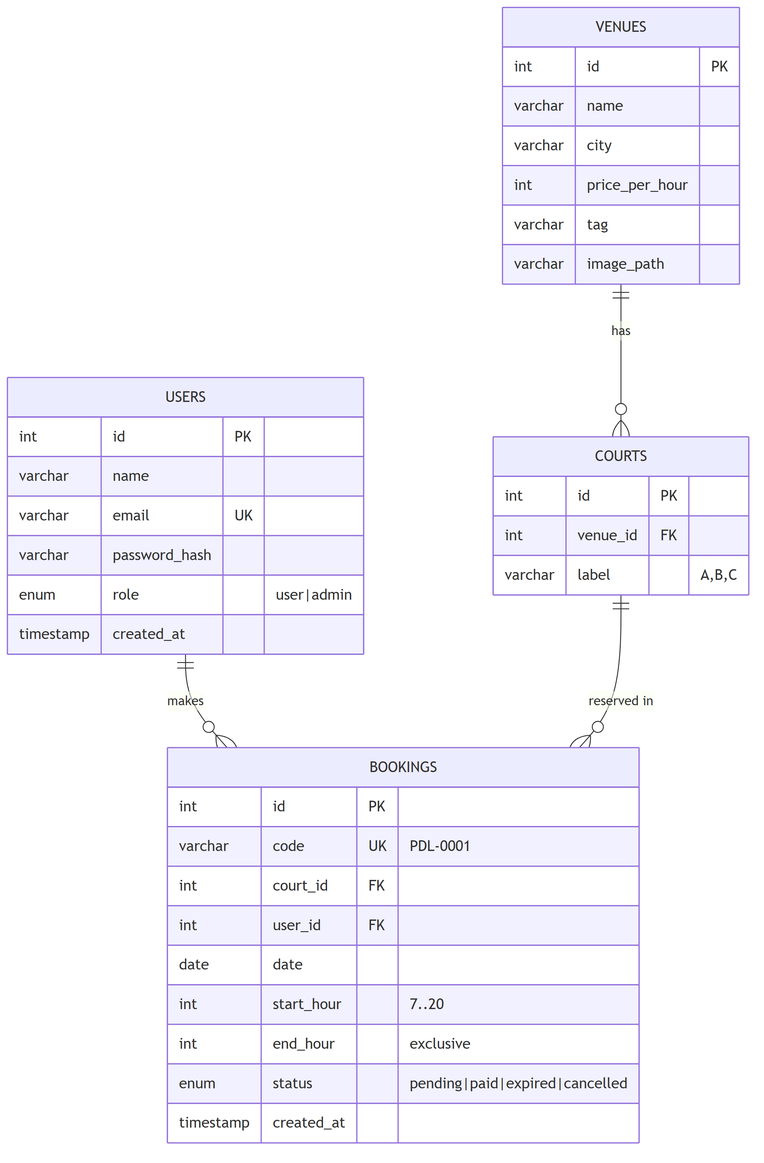
eycoo/padelkuy-web keeps this Mermaid diagram as docs/erd.png. Above is the earlier version. Its source is kept beside it as docs/erd.mmd.
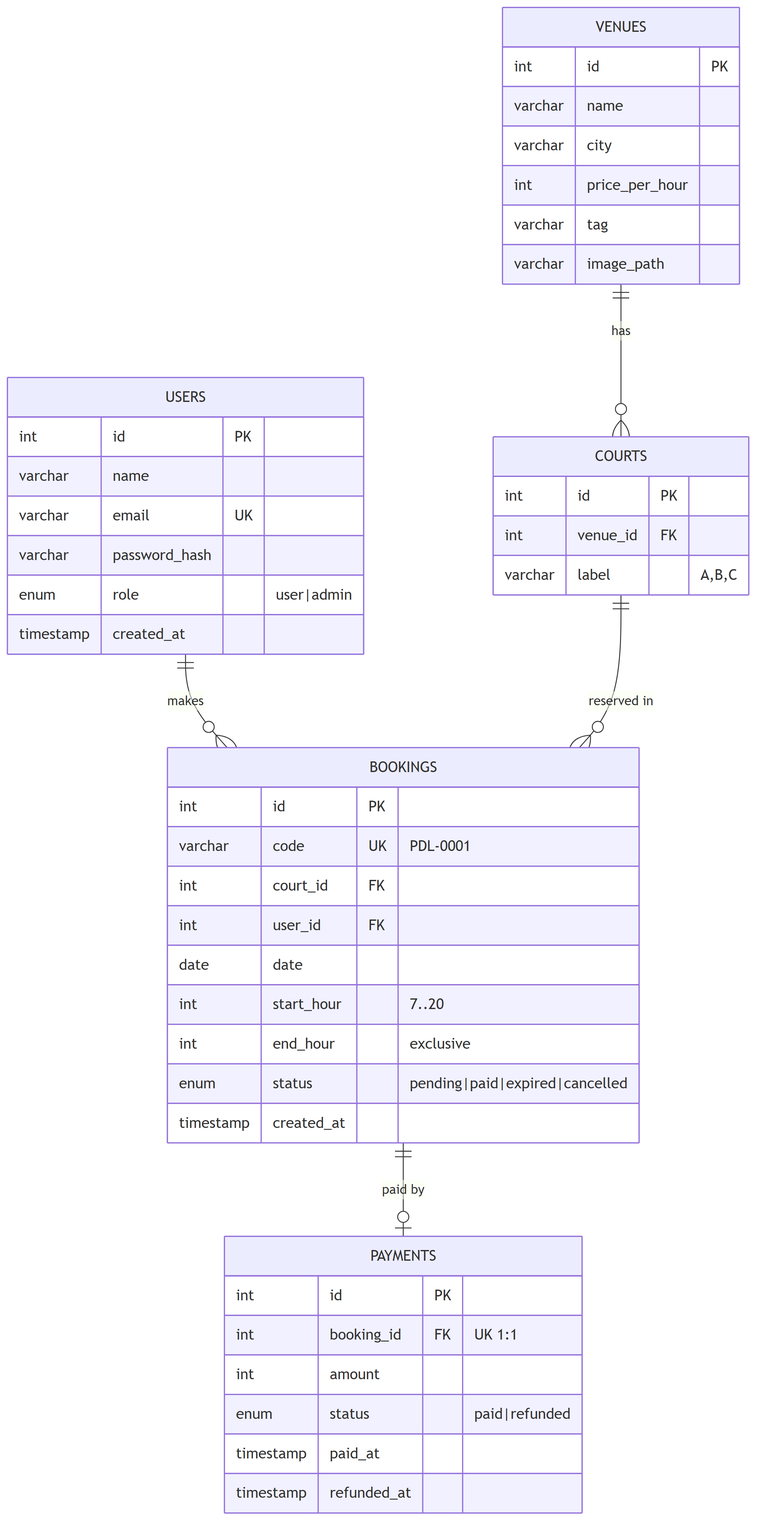
Later version of the same file.

Commit message:
feat: simulated payment to settle a pending booking

Diff of the diagram source:
```diff
@@ -2,6 +2,7 @@
     USERS ||--o{ BOOKINGS : "makes"
     VENUES ||--o{ COURTS : "has"
     COURTS ||--o{ BOOKINGS : "reserved in"
+    BOOKINGS ||--o| PAYMENTS : "paid by"
 
     USERS {
         int id PK
@@ -38,3 +39,12 @@
         enum status "pending|paid|expired|cancelled"
         timestamp created_at
     }
+
+    PAYMENTS {
+        int id PK
+        int booking_id FK "UK 1:1"
+        int amount
+        enum status "paid|refunded"
+        timestamp paid_at
+        timestamp refunded_at
+    }
```
